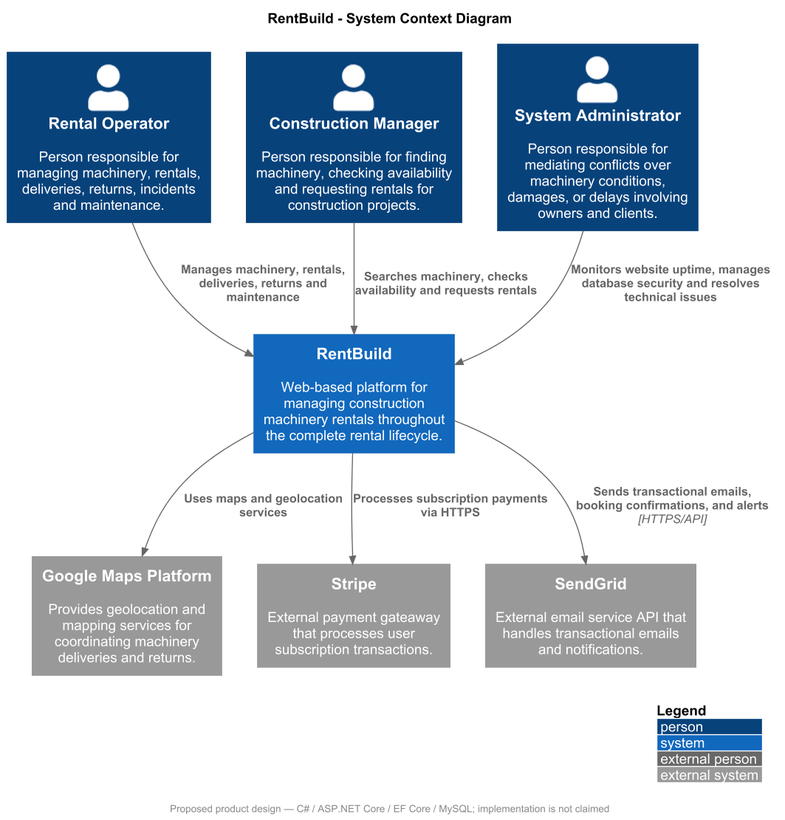
The PlantUML diagram assets/tb1-reference-design/rentbuild-c4-context-diagram.png in upc-pre-202620-1asi0730-8093-dataflux/dataflux-project-report, before a commit. Source of this version:
```plantuml
@startuml
skinparam backgroundColor white
skinparam shadowing false
skinparam defaultFontName Arial
skinparam dpi 130
!include <C4/C4_Context>

title RentBuild - System Context Diagram

LAYOUT_WITH_LEGEND()

Person(rentalOperator, "Rental Operator", "Person responsible for managing machinery, rentals, deliveries, returns, incidents and maintenance.")
Person(constructionManager, "Construction Manager", "Person responsible for finding machinery, checking availability and requesting rentals for construction projects.")
Person(systemAdministrator, "System Administrator", "Person responsible for mediating conflicts over machinery conditions, damages, or delays involving owners and clients.")

System(rentBuild, "RentBuild", "Web-based platform for managing construction machinery rentals throughout the complete rental lifecycle.")

System_Ext(googleMaps, "Google Maps Platform", "Provides geolocation and mapping services for coordinating machinery deliveries and returns.")
System_Ext(stripe, "Stripe", "External payment gateaway that processes user subscription transactions.")
System_Ext(sendGrid, "SendGrid", "External email service API that handles transactional emails and notifications.")

Rel(rentalOperator, rentBuild, "Manages machinery, rentals, deliveries, returns and maintenance")
Rel(constructionManager, rentBuild, "Searches machinery, checks availability and requests rentals")
Rel(systemAdministrator, rentBuild, "Monitors website uptime, manages database security and resolves technical issues")

Rel(rentBuild, googleMaps, "Uses maps and geolocation services")
Rel(rentBuild, stripe, "Processes subscription payments via HTTPS")
Rel(rentBuild, sendGrid, "Sends transactional emails, booking confirmations, and alerts", "HTTPS/API")
footer Proposed product design — C# / ASP.NET Core / EF Core / MySQL; implementation is not claimed
@enduml
```
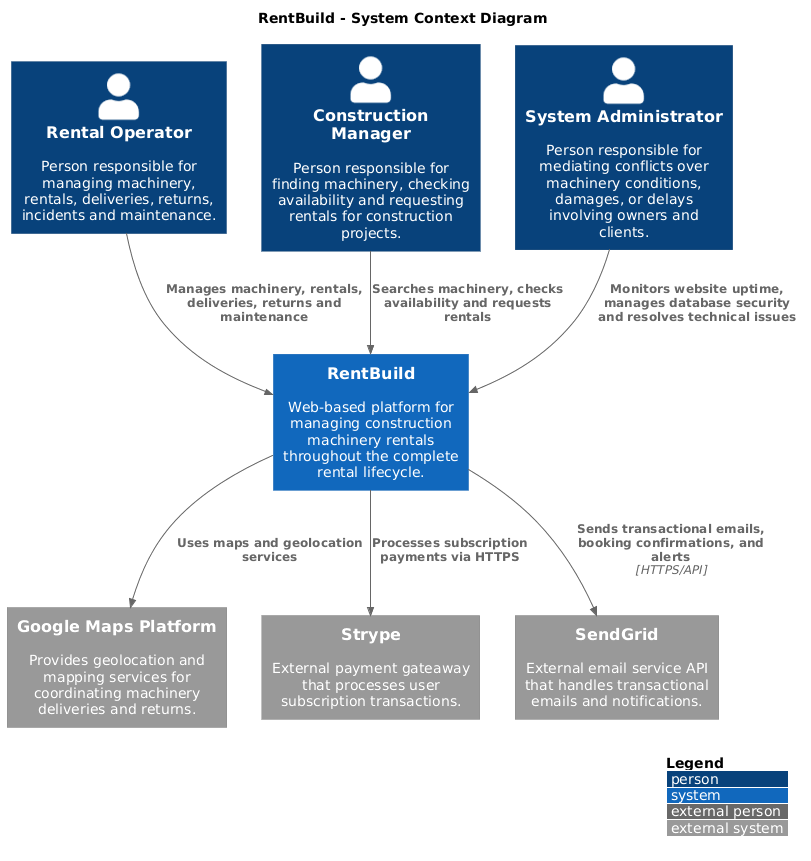
The same file after the commit.

Diff of the diagram source:
```diff
@@ -1,9 +1,5 @@
 @startuml
-skinparam backgroundColor white
-skinparam shadowing false
-skinparam defaultFontName Arial
-skinparam dpi 130
-!include <C4/C4_Context>
+!include https://raw.githubusercontent.com/plantuml-stdlib/C4-PlantUML/master/C4_Context.puml
 
 title RentBuild - System Context Diagram
 
@@ -16,7 +12,7 @@
 System(rentBuild, "RentBuild", "Web-based platform for managing construction machinery rentals throughout the complete rental lifecycle.")
 
 System_Ext(googleMaps, "Google Maps Platform", "Provides geolocation and mapping services for coordinating machinery deliveries and returns.")
-System_Ext(stripe, "Stripe", "External payment gateaway that processes user subscription transactions.")
+System_Ext(stripe, "Strype", "External payment gateaway that processes user subscription transactions.")
 System_Ext(sendGrid, "SendGrid", "External email service API that handles transactional emails and notifications.")
 
 Rel(rentalOperator, rentBuild, "Manages machinery, rentals, deliveries, returns and maintenance")
@@ -26,5 +22,4 @@
 Rel(rentBuild, googleMaps, "Uses maps and geolocation services")
 Rel(rentBuild, stripe, "Processes subscription payments via HTTPS")
 Rel(rentBuild, sendGrid, "Sends transactional emails, booking confirmations, and alerts", "HTTPS/API")
-footer Proposed product design — C# / ASP.NET Core / EF Core / MySQL; implementation is not claimed
 @enduml
```
